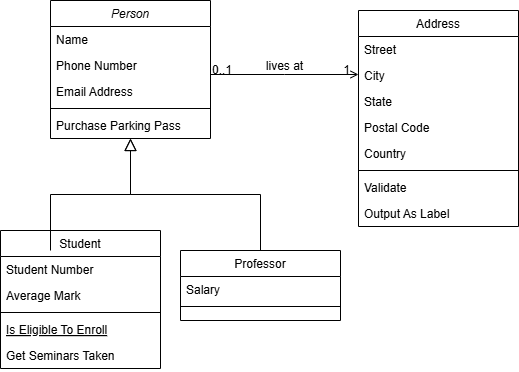
Earlier version of the draw.io export UML/class_library_management.drawio.png (lakshyadosi/SystemDesign). Source tidied: cells renumbered, new cells last; positions are measured from the earlier drawing's top-left corner, leaving out a move shared by most shapes. The source it was exported from:
```xml
<mxGraphModel>
  <root>
    <mxCell id="0" />
    <mxCell id="1" parent="0" />
    <mxCell id="2" value="Person" style="swimlane;fontStyle=2;align=center;verticalAlign=top;horizontal=1;startSize=26;rounded=0;shadow=0;strokeWidth=1;" parent="1" vertex="1">
      <mxGeometry x="50" width="160" height="138" as="geometry" />
    </mxCell>
    <mxCell id="3" value="Name" style="text;align=left;verticalAlign=top;spacingLeft=4;spacingRight=4;overflow=hidden;" parent="2" vertex="1">
      <mxGeometry y="26" width="160" height="26" as="geometry" />
    </mxCell>
    <mxCell id="4" value="Phone Number" style="text;align=left;verticalAlign=top;spacingLeft=4;spacingRight=4;overflow=hidden;rounded=0;shadow=0;html=0;" parent="2" vertex="1">
      <mxGeometry y="52" width="160" height="26" as="geometry" />
    </mxCell>
    <mxCell id="5" value="Email Address" style="text;align=left;verticalAlign=top;spacingLeft=4;spacingRight=4;overflow=hidden;rounded=0;shadow=0;html=0;" parent="2" vertex="1">
      <mxGeometry y="78" width="160" height="26" as="geometry" />
    </mxCell>
    <mxCell id="6" style="line;html=1;strokeWidth=1;align=left;verticalAlign=middle;spacingTop=-1;spacingLeft=3;spacingRight=3;labelPosition=right;" parent="2" vertex="1">
      <mxGeometry y="104" width="160" height="8" as="geometry" />
    </mxCell>
    <mxCell id="7" value="Purchase Parking Pass" style="text;align=left;verticalAlign=top;spacingLeft=4;spacingRight=4;overflow=hidden;" parent="2" vertex="1">
      <mxGeometry y="112" width="160" height="26" as="geometry" />
    </mxCell>
    <mxCell id="8" value="Student" style="swimlane;fontStyle=0;align=center;verticalAlign=top;horizontal=1;startSize=26;rounded=0;shadow=0;strokeWidth=1;" parent="1" vertex="1">
      <mxGeometry y="230" width="160" height="138" as="geometry" />
    </mxCell>
    <mxCell id="9" value="Student Number" style="text;align=left;verticalAlign=top;spacingLeft=4;spacingRight=4;overflow=hidden;" parent="8" vertex="1">
      <mxGeometry y="26" width="160" height="26" as="geometry" />
    </mxCell>
    <mxCell id="10" value="Average Mark" style="text;align=left;verticalAlign=top;spacingLeft=4;spacingRight=4;overflow=hidden;rounded=0;shadow=0;html=0;" parent="8" vertex="1">
      <mxGeometry y="52" width="160" height="26" as="geometry" />
    </mxCell>
    <mxCell id="11" style="line;html=1;strokeWidth=1;align=left;verticalAlign=middle;spacingTop=-1;spacingLeft=3;spacingRight=3;labelPosition=right;" parent="8" vertex="1">
      <mxGeometry y="78" width="160" height="8" as="geometry" />
    </mxCell>
    <mxCell id="12" value="Is Eligible To Enroll" style="text;align=left;verticalAlign=top;spacingLeft=4;spacingRight=4;overflow=hidden;fontStyle=4;" parent="8" vertex="1">
      <mxGeometry y="86" width="160" height="26" as="geometry" />
    </mxCell>
    <mxCell id="13" value="Get Seminars Taken" style="text;align=left;verticalAlign=top;spacingLeft=4;spacingRight=4;overflow=hidden;" parent="8" vertex="1">
      <mxGeometry y="112" width="160" height="26" as="geometry" />
    </mxCell>
    <mxCell id="14" style="endArrow=block;endSize=10;endFill=0;shadow=0;strokeWidth=1;rounded=0;curved=0;edgeStyle=elbowEdgeStyle;elbow=vertical;" parent="1" edge="1" target="2">
      <mxGeometry relative="1" as="geometry">
        <mxPoint x="50" y="250" as="sourcePoint" />
      </mxGeometry>
    </mxCell>
    <mxCell id="15" value="Professor" style="swimlane;fontStyle=0;align=center;verticalAlign=top;horizontal=1;startSize=26;rounded=0;shadow=0;strokeWidth=1;" parent="1" vertex="1">
      <mxGeometry x="180" y="250" width="160" height="70" as="geometry" />
    </mxCell>
    <mxCell id="16" value="Salary" style="text;align=left;verticalAlign=top;spacingLeft=4;spacingRight=4;overflow=hidden;" parent="15" vertex="1">
      <mxGeometry y="26" width="160" height="26" as="geometry" />
    </mxCell>
    <mxCell id="17" style="line;html=1;strokeWidth=1;align=left;verticalAlign=middle;spacingTop=-1;spacingLeft=3;spacingRight=3;labelPosition=right;" parent="15" vertex="1">
      <mxGeometry y="52" width="160" height="8" as="geometry" />
    </mxCell>
    <mxCell id="18" style="endArrow=block;endSize=10;endFill=0;shadow=0;strokeWidth=1;rounded=0;curved=0;edgeStyle=elbowEdgeStyle;elbow=vertical;" parent="1" edge="1" source="15" target="2">
      <mxGeometry relative="1" as="geometry" />
    </mxCell>
    <mxCell id="19" value="Address" style="swimlane;fontStyle=0;align=center;verticalAlign=top;horizontal=1;startSize=26;rounded=0;shadow=0;strokeWidth=1;" parent="1" vertex="1">
      <mxGeometry x="358" y="10" width="160" height="216" as="geometry" />
    </mxCell>
    <mxCell id="20" value="Street" style="text;align=left;verticalAlign=top;spacingLeft=4;spacingRight=4;overflow=hidden;" parent="19" vertex="1">
      <mxGeometry y="26" width="160" height="26" as="geometry" />
    </mxCell>
    <mxCell id="21" value="City" style="text;align=left;verticalAlign=top;spacingLeft=4;spacingRight=4;overflow=hidden;rounded=0;shadow=0;html=0;" parent="19" vertex="1">
      <mxGeometry y="52" width="160" height="26" as="geometry" />
    </mxCell>
    <mxCell id="22" value="State" style="text;align=left;verticalAlign=top;spacingLeft=4;spacingRight=4;overflow=hidden;rounded=0;shadow=0;html=0;" parent="19" vertex="1">
      <mxGeometry y="78" width="160" height="26" as="geometry" />
    </mxCell>
    <mxCell id="23" value="Postal Code" style="text;align=left;verticalAlign=top;spacingLeft=4;spacingRight=4;overflow=hidden;rounded=0;shadow=0;html=0;" parent="19" vertex="1">
      <mxGeometry y="104" width="160" height="26" as="geometry" />
    </mxCell>
    <mxCell id="24" value="Country" style="text;align=left;verticalAlign=top;spacingLeft=4;spacingRight=4;overflow=hidden;rounded=0;shadow=0;html=0;" parent="19" vertex="1">
      <mxGeometry y="130" width="160" height="26" as="geometry" />
    </mxCell>
    <mxCell id="25" style="line;html=1;strokeWidth=1;align=left;verticalAlign=middle;spacingTop=-1;spacingLeft=3;spacingRight=3;labelPosition=right;" parent="19" vertex="1">
      <mxGeometry y="156" width="160" height="8" as="geometry" />
    </mxCell>
    <mxCell id="26" value="Validate" style="text;align=left;verticalAlign=top;spacingLeft=4;spacingRight=4;overflow=hidden;" parent="19" vertex="1">
      <mxGeometry y="164" width="160" height="26" as="geometry" />
    </mxCell>
    <mxCell id="27" value="Output As Label" style="text;align=left;verticalAlign=top;spacingLeft=4;spacingRight=4;overflow=hidden;" parent="19" vertex="1">
      <mxGeometry y="190" width="160" height="26" as="geometry" />
    </mxCell>
    <mxCell id="28" style="endArrow=open;shadow=0;strokeWidth=1;rounded=0;curved=0;endFill=1;edgeStyle=elbowEdgeStyle;elbow=vertical;" parent="1" edge="1" source="2" target="19">
      <mxGeometry x="0.5" y="41" relative="1" as="geometry">
        <mxPoint x="-40" y="32" as="offset" />
      </mxGeometry>
    </mxCell>
    <mxCell id="29" value="0..1" style="align=left;verticalAlign=bottom;labelBackgroundColor=none;fontSize=12;" parent="28" vertex="1">
      <mxGeometry x="-1" relative="1" as="geometry">
        <mxPoint y="4" as="offset" />
      </mxGeometry>
    </mxCell>
    <mxCell id="30" value="1" style="align=right;verticalAlign=bottom;labelBackgroundColor=none;fontSize=12;" parent="28" vertex="1">
      <mxGeometry x="1" relative="1" as="geometry">
        <mxPoint x="-7" y="4" as="offset" />
      </mxGeometry>
    </mxCell>
    <mxCell id="31" value="lives at" style="text;html=1;align=center;verticalAlign=middle;labelBackgroundColor=none;rounded=0;shadow=0;strokeWidth=1;fontSize=12;" parent="28" vertex="1">
      <mxGeometry x="0.5" y="49" relative="1" as="geometry">
        <mxPoint x="-38" y="40" as="offset" />
      </mxGeometry>
    </mxCell>
  </root>
</mxGraphModel>
```
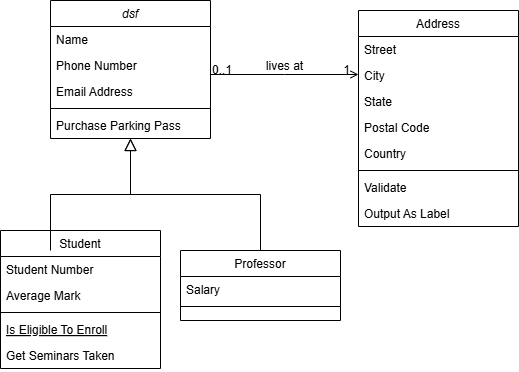
After the change.

Diff of the diagram source:
```diff
@@ -2,7 +2,7 @@
   <root>
     <mxCell id="0" />
     <mxCell id="1" parent="0" />
-    <mxCell id="2" value="Person" style="swimlane;fontStyle=2;align=center;verticalAlign=top;horizontal=1;startSize=26;rounded=0;shadow=0;strokeWidth=1;" parent="1" vertex="1">
+    <mxCell id="2" value="dsf" style="swimlane;fontStyle=2;align=center;verticalAlign=top;horizontal=1;startSize=26;rounded=0;shadow=0;strokeWidth=1;" parent="1" vertex="1">
       <mxGeometry x="50" width="160" height="138" as="geometry" />
     </mxCell>
     <mxCell id="3" value="Name" style="text;align=left;verticalAlign=top;spacingLeft=4;spacingRight=4;overflow=hidden;" parent="2" vertex="1">
```
